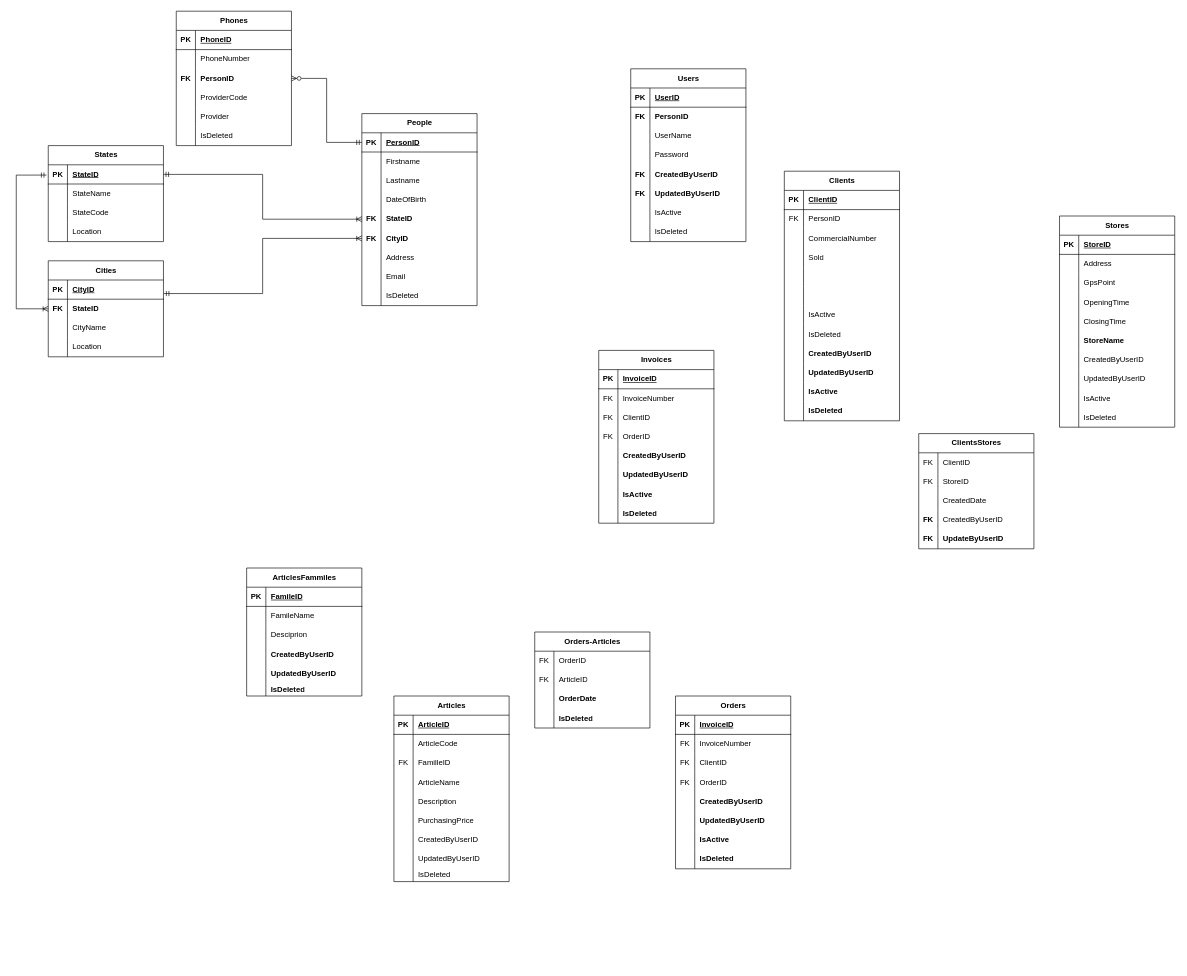
Earlier version of the draw.io diagram GNT_Manager.drawio (khalil98dev/GNT). Source tidied: cells renumbered, new cells numbered last; positions are measured from the earlier drawing's top-left corner, leaving out a move shared by most shapes. Both pictures are drawn from the tidied source at 64%, with x=0, y=0 at pixel (16, 11).
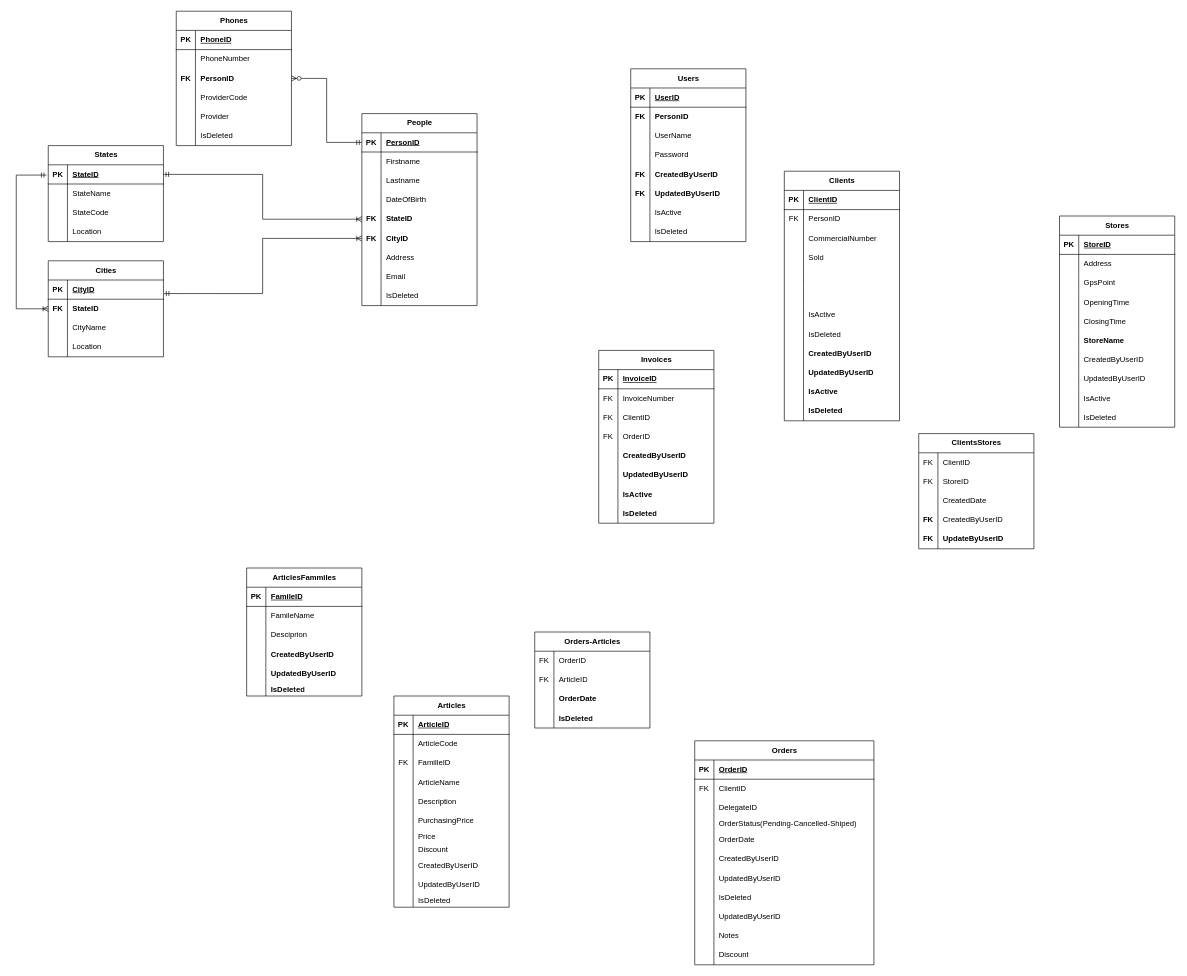
The same page after the edit.

What changed in the source:
```diff
@@
-<mxGraphModel background="light-dark(#FFFFFF,#262626)">
+<mxGraphModel background="light-dark(#FFFFFF,#333333)">
@@
-    <mxCell id="215" value="Orders" style="shape=table;startSize=30;childLayout=tableLayout;rowLines=0;fontStyle=1;align=center;html=1;" parent="1" vertex="1">
-      <mxGeometry x="1030" y="1070" width="180" height="270" as="geometry" />
-    </mxCell>
-    <mxCell id="216" style="shape=tableRow;horizontal=0;startSize=0;swimlaneHead=0;swimlaneBody=0;fillColor=none;top=0;left=0;right=0;bottom=1;" parent="215" vertex="1">
-      <mxGeometry y="30" width="180" height="30" as="geometry" />
-    </mxCell>
-    <mxCell id="217" value="PK" style="shape=partialRectangle;fillColor=none;top=0;left=0;bottom=0;right=0;fontStyle=1;overflow=hidden;whiteSpace=wrap;html=1;" parent="216" vertex="1">
-      <mxGeometry width="30" height="30" as="geometry" />
-    </mxCell>
-    <mxCell id="218" value="InvoiceID" style="shape=partialRectangle;fillColor=none;top=0;left=0;bottom=0;right=0;align=left;spacingLeft=6;fontStyle=5;overflow=hidden;whiteSpace=wrap;html=1;" parent="216" vertex="1">
-      <mxGeometry x="30" width="150" height="30" as="geometry" />
-    </mxCell>
-    <mxCell id="219" style="shape=tableRow;horizontal=0;startSize=0;swimlaneHead=0;swimlaneBody=0;fillColor=none;top=0;left=0;right=0;bottom=0;" parent="215" vertex="1">
-      <mxGeometry y="60" width="180" height="30" as="geometry" />
-    </mxCell>
-    <mxCell id="220" value="FK" style="shape=partialRectangle;fillColor=none;top=0;left=0;bottom=0;right=0;overflow=hidden;whiteSpace=wrap;html=1;" parent="219" vertex="1">
-      <mxGeometry width="30" height="30" as="geometry" />
-    </mxCell>
-    <mxCell id="221" value="InvoiceNumber" style="shape=partialRectangle;fillColor=none;top=0;left=0;bottom=0;right=0;align=left;spacingLeft=6;overflow=hidden;whiteSpace=wrap;html=1;" parent="219" vertex="1">
-      <mxGeometry x="30" width="150" height="30" as="geometry" />
-    </mxCell>
-    <mxCell id="222" style="shape=tableRow;horizontal=0;startSize=0;swimlaneHead=0;swimlaneBody=0;fillColor=none;top=0;left=0;right=0;bottom=0;" parent="215" vertex="1">
-      <mxGeometry y="90" width="180" height="30" as="geometry" />
-    </mxCell>
-    <mxCell id="223" value="FK" style="shape=partialRectangle;fillColor=none;top=0;left=0;bottom=0;right=0;overflow=hidden;whiteSpace=wrap;html=1;" parent="222" vertex="1">
-      <mxGeometry width="30" height="30" as="geometry" />
-    </mxCell>
-    <mxCell id="224" value="ClientID" style="shape=partialRectangle;fillColor=none;top=0;left=0;bottom=0;right=0;align=left;spacingLeft=6;overflow=hidden;whiteSpace=wrap;html=1;" parent="222" vertex="1">
-      <mxGeometry x="30" width="150" height="30" as="geometry" />
-    </mxCell>
-    <mxCell id="225" style="shape=tableRow;horizontal=0;startSize=0;swimlaneHead=0;swimlaneBody=0;fillColor=none;top=0;left=0;right=0;bottom=0;" parent="215" vertex="1">
-      <mxGeometry y="120" width="180" height="30" as="geometry" />
-    </mxCell>
-    <mxCell id="226" value="FK" style="shape=partialRectangle;fillColor=none;top=0;left=0;bottom=0;right=0;overflow=hidden;whiteSpace=wrap;html=1;" parent="225" vertex="1">
-      <mxGeometry width="30" height="30" as="geometry" />
-    </mxCell>
-    <mxCell id="227" value="OrderID" style="shape=partialRectangle;fillColor=none;top=0;left=0;bottom=0;right=0;align=left;spacingLeft=6;overflow=hidden;whiteSpace=wrap;html=1;" parent="225" vertex="1">
-      <mxGeometry x="30" width="150" height="30" as="geometry" />
-    </mxCell>
-    <mxCell id="228" style="shape=tableRow;horizontal=0;startSize=0;swimlaneHead=0;swimlaneBody=0;fillColor=none;top=0;left=0;right=0;bottom=0;" parent="215" vertex="1">
-      <mxGeometry y="150" width="180" height="30" as="geometry" />
-    </mxCell>
-    <mxCell id="229" style="shape=partialRectangle;fillColor=none;top=0;left=0;bottom=0;right=0;overflow=hidden;whiteSpace=wrap;html=1;fontStyle=1;" parent="228" vertex="1">
-      <mxGeometry width="30" height="30" as="geometry" />
-    </mxCell>
-    <mxCell id="230" value="CreatedByUserID" style="shape=partialRectangle;fillColor=none;top=0;left=0;bottom=0;right=0;align=left;spacingLeft=6;overflow=hidden;whiteSpace=wrap;html=1;fontStyle=1;" parent="228" vertex="1">
-      <mxGeometry x="30" width="150" height="30" as="geometry" />
-    </mxCell>
-    <mxCell id="231" style="shape=tableRow;horizontal=0;startSize=0;swimlaneHead=0;swimlaneBody=0;fillColor=none;top=0;left=0;right=0;bottom=0;" parent="215" vertex="1">
-      <mxGeometry y="180" width="180" height="30" as="geometry" />
-    </mxCell>
-    <mxCell id="232" style="shape=partialRectangle;fillColor=none;top=0;left=0;bottom=0;right=0;overflow=hidden;whiteSpace=wrap;html=1;fontStyle=1;" parent="231" vertex="1">
-      <mxGeometry width="30" height="30" as="geometry" />
-    </mxCell>
-    <mxCell id="233" value="UpdatedByUserID" style="shape=partialRectangle;fillColor=none;top=0;left=0;bottom=0;right=0;align=left;spacingLeft=6;overflow=hidden;whiteSpace=wrap;html=1;fontStyle=1;" parent="231" vertex="1">
-      <mxGeometry x="30" width="150" height="30" as="geometry" />
-    </mxCell>
-    <mxCell id="234" style="shape=tableRow;horizontal=0;startSize=0;swimlaneHead=0;swimlaneBody=0;fillColor=none;top=0;left=0;right=0;bottom=0;" parent="215" vertex="1">
-      <mxGeometry y="210" width="180" height="30" as="geometry" />
-    </mxCell>
-    <mxCell id="235" style="shape=partialRectangle;fillColor=none;top=0;left=0;bottom=0;right=0;overflow=hidden;whiteSpace=wrap;html=1;fontStyle=1;" parent="234" vertex="1">
-      <mxGeometry width="30" height="30" as="geometry" />
-    </mxCell>
-    <mxCell id="236" value="IsActive" style="shape=partialRectangle;fillColor=none;top=0;left=0;bottom=0;right=0;align=left;spacingLeft=6;overflow=hidden;whiteSpace=wrap;html=1;fontStyle=1;" parent="234" vertex="1">
-      <mxGeometry x="30" width="150" height="30" as="geometry" />
-    </mxCell>
-    <mxCell id="237" style="shape=tableRow;horizontal=0;startSize=0;swimlaneHead=0;swimlaneBody=0;fillColor=none;top=0;left=0;right=0;bottom=0;" parent="215" vertex="1">
-      <mxGeometry y="240" width="180" height="30" as="geometry" />
-    </mxCell>
-    <mxCell id="238" style="shape=partialRectangle;fillColor=none;top=0;left=0;bottom=0;right=0;overflow=hidden;whiteSpace=wrap;html=1;fontStyle=1;" parent="237" vertex="1">
-      <mxGeometry width="30" height="30" as="geometry" />
-    </mxCell>
-    <mxCell id="239" value="IsDeleted" style="shape=partialRectangle;fillColor=none;top=0;left=0;bottom=0;right=0;align=left;spacingLeft=6;overflow=hidden;whiteSpace=wrap;html=1;fontStyle=1;" parent="237" vertex="1">
-      <mxGeometry x="30" width="150" height="30" as="geometry" />
-    </mxCell>
     <mxCell id="240" value="Articles" style="shape=table;startSize=30;childLayout=tableLayout;rowLines=0;fontStyle=1;align=center;html=1;" parent="1" vertex="1">
-      <mxGeometry x="590" y="1070" width="180" height="290" as="geometry" />
+      <mxGeometry x="590" y="1070" width="180" height="330" as="geometry" />
     </mxCell>
@@
+    <mxCell id="300" style="shape=tableRow;horizontal=0;startSize=0;swimlaneHead=0;swimlaneBody=0;fillColor=none;top=0;left=0;right=0;bottom=0;" parent="240" vertex="1">
+      <mxGeometry y="210" width="180" height="20" as="geometry" />
+    </mxCell>
+    <mxCell id="301" style="shape=partialRectangle;fillColor=none;top=0;left=0;bottom=0;right=0;overflow=hidden;whiteSpace=wrap;html=1;fontStyle=1;" parent="300" vertex="1">
+      <mxGeometry width="30" height="20" as="geometry" />
+    </mxCell>
+    <mxCell id="302" value="Price" style="shape=partialRectangle;fillColor=none;top=0;left=0;bottom=0;right=0;align=left;spacingLeft=6;overflow=hidden;whiteSpace=wrap;html=1;fontStyle=0;" parent="300" vertex="1">
+      <mxGeometry x="30" width="150" height="20" as="geometry" />
+    </mxCell>
+    <mxCell id="303" style="shape=tableRow;horizontal=0;startSize=0;swimlaneHead=0;swimlaneBody=0;fillColor=none;top=0;left=0;right=0;bottom=0;" parent="240" vertex="1">
+      <mxGeometry y="230" width="180" height="20" as="geometry" />
+    </mxCell>
+    <mxCell id="304" style="shape=partialRectangle;fillColor=none;top=0;left=0;bottom=0;right=0;overflow=hidden;whiteSpace=wrap;html=1;fontStyle=1;" parent="303" vertex="1">
+      <mxGeometry width="30" height="20" as="geometry" />
+    </mxCell>
+    <mxCell id="305" value="Discount" style="shape=partialRectangle;fillColor=none;top=0;left=0;bottom=0;right=0;align=left;spacingLeft=6;overflow=hidden;whiteSpace=wrap;html=1;fontStyle=0;" parent="303" vertex="1">
+      <mxGeometry x="30" width="150" height="20" as="geometry" />
+    </mxCell>
     <mxCell id="259" style="shape=tableRow;horizontal=0;startSize=0;swimlaneHead=0;swimlaneBody=0;fillColor=none;top=0;left=0;right=0;bottom=0;" parent="240" vertex="1">
-      <mxGeometry y="210" width="180" height="30" as="geometry" />
+      <mxGeometry y="250" width="180" height="30" as="geometry" />
     </mxCell>
@@
     <mxCell id="262" style="shape=tableRow;horizontal=0;startSize=0;swimlaneHead=0;swimlaneBody=0;fillColor=none;top=0;left=0;right=0;bottom=0;" parent="240" vertex="1">
-      <mxGeometry y="240" width="180" height="30" as="geometry" />
+      <mxGeometry y="280" width="180" height="30" as="geometry" />
     </mxCell>
@@
     <mxCell id="265" style="shape=tableRow;horizontal=0;startSize=0;swimlaneHead=0;swimlaneBody=0;fillColor=none;top=0;left=0;right=0;bottom=0;" parent="240" vertex="1">
-      <mxGeometry y="270" width="180" height="20" as="geometry" />
+      <mxGeometry y="310" width="180" height="20" as="geometry" />
     </mxCell>
@@
+    <mxCell id="215" value="Orders" style="shape=table;startSize=30;childLayout=tableLayout;rowLines=0;fontStyle=1;align=center;html=1;" parent="1" vertex="1">
+      <mxGeometry x="1060" y="1140" width="280" height="350" as="geometry" />
+    </mxCell>
+    <mxCell id="216" style="shape=tableRow;horizontal=0;startSize=0;swimlaneHead=0;swimlaneBody=0;fillColor=none;top=0;left=0;right=0;bottom=1;" parent="215" vertex="1">
+      <mxGeometry y="30" width="280" height="30" as="geometry" />
+    </mxCell>
+    <mxCell id="217" value="PK" style="shape=partialRectangle;fillColor=none;top=0;left=0;bottom=0;right=0;fontStyle=1;overflow=hidden;whiteSpace=wrap;html=1;" parent="216" vertex="1">
+      <mxGeometry width="30" height="30" as="geometry" />
+    </mxCell>
+    <mxCell id="218" value="OrderID" style="shape=partialRectangle;fillColor=none;top=0;left=0;bottom=0;right=0;align=left;spacingLeft=6;fontStyle=5;overflow=hidden;whiteSpace=wrap;html=1;" parent="216" vertex="1">
+      <mxGeometry x="30" width="250" height="30" as="geometry" />
+    </mxCell>
+    <mxCell id="222" style="shape=tableRow;horizontal=0;startSize=0;swimlaneHead=0;swimlaneBody=0;fillColor=none;top=0;left=0;right=0;bottom=0;" parent="215" vertex="1">
+      <mxGeometry y="60" width="280" height="30" as="geometry" />
+    </mxCell>
+    <mxCell id="223" value="FK" style="shape=partialRectangle;fillColor=none;top=0;left=0;bottom=0;right=0;overflow=hidden;whiteSpace=wrap;html=1;" parent="222" vertex="1">
+      <mxGeometry width="30" height="30" as="geometry" />
+    </mxCell>
+    <mxCell id="224" value="ClientID" style="shape=partialRectangle;fillColor=none;top=0;left=0;bottom=0;right=0;align=left;spacingLeft=6;overflow=hidden;whiteSpace=wrap;html=1;" parent="222" vertex="1">
+      <mxGeometry x="30" width="250" height="30" as="geometry" />
+    </mxCell>
+    <mxCell id="306" style="shape=tableRow;horizontal=0;startSize=0;swimlaneHead=0;swimlaneBody=0;fillColor=none;top=0;left=0;right=0;bottom=0;" parent="215" vertex="1">
+      <mxGeometry y="90" width="280" height="30" as="geometry" />
+    </mxCell>
+    <mxCell id="307" style="shape=partialRectangle;fillColor=none;top=0;left=0;bottom=0;right=0;overflow=hidden;whiteSpace=wrap;html=1;" parent="306" vertex="1">
+      <mxGeometry width="30" height="30" as="geometry" />
+    </mxCell>
+    <mxCell id="308" value="DelegateID" style="shape=partialRectangle;fillColor=none;top=0;left=0;bottom=0;right=0;align=left;spacingLeft=6;overflow=hidden;whiteSpace=wrap;html=1;" parent="306" vertex="1">
+      <mxGeometry x="30" width="250" height="30" as="geometry" />
+    </mxCell>
+    <mxCell id="237" style="shape=tableRow;horizontal=0;startSize=0;swimlaneHead=0;swimlaneBody=0;fillColor=none;top=0;left=0;right=0;bottom=0;" parent="215" vertex="1">
+      <mxGeometry y="120" width="280" height="20" as="geometry" />
+    </mxCell>
+    <mxCell id="238" style="shape=partialRectangle;fillColor=none;top=0;left=0;bottom=0;right=0;overflow=hidden;whiteSpace=wrap;html=1;fontStyle=1;" parent="237" vertex="1">
+      <mxGeometry width="30" height="20" as="geometry" />
+    </mxCell>
+    <mxCell id="239" value="OrderStatus(Pending-Cancelled-Shiped)" style="shape=partialRectangle;fillColor=none;top=0;left=0;bottom=0;right=0;align=left;spacingLeft=6;overflow=hidden;whiteSpace=wrap;html=1;fontStyle=0;" parent="237" vertex="1">
+      <mxGeometry x="30" width="250" height="20" as="geometry" />
+    </mxCell>
+    <mxCell id="309" style="shape=tableRow;horizontal=0;startSize=0;swimlaneHead=0;swimlaneBody=0;fillColor=none;top=0;left=0;right=0;bottom=0;" parent="215" vertex="1">
+      <mxGeometry y="140" width="280" height="30" as="geometry" />
+    </mxCell>
+    <mxCell id="310" style="shape=partialRectangle;fillColor=none;top=0;left=0;bottom=0;right=0;overflow=hidden;whiteSpace=wrap;html=1;" parent="309" vertex="1">
+      <mxGeometry width="30" height="30" as="geometry" />
+    </mxCell>
+    <mxCell id="311" value="OrderDate" style="shape=partialRectangle;fillColor=none;top=0;left=0;bottom=0;right=0;align=left;spacingLeft=6;overflow=hidden;whiteSpace=wrap;html=1;" parent="309" vertex="1">
+      <mxGeometry x="30" width="250" height="30" as="geometry" />
+    </mxCell>
+    <mxCell id="312" style="shape=tableRow;horizontal=0;startSize=0;swimlaneHead=0;swimlaneBody=0;fillColor=none;top=0;left=0;right=0;bottom=0;" parent="215" vertex="1">
+      <mxGeometry y="170" width="280" height="30" as="geometry" />
+    </mxCell>
+    <mxCell id="313" style="shape=partialRectangle;fillColor=none;top=0;left=0;bottom=0;right=0;overflow=hidden;whiteSpace=wrap;html=1;" parent="312" vertex="1">
+      <mxGeometry width="30" height="30" as="geometry" />
+    </mxCell>
+    <mxCell id="230" value="CreatedByUserID" style="shape=partialRectangle;fillColor=none;top=0;left=0;bottom=0;right=0;align=left;spacingLeft=6;overflow=hidden;whiteSpace=wrap;html=1;" parent="312" vertex="1">
+      <mxGeometry x="30" width="250" height="30" as="geometry" />
+    </mxCell>
+    <mxCell id="314" style="shape=tableRow;horizontal=0;startSize=0;swimlaneHead=0;swimlaneBody=0;fillColor=none;top=0;left=0;right=0;bottom=0;" parent="215" vertex="1">
+      <mxGeometry y="200" width="280" height="30" as="geometry" />
+    </mxCell>
+    <mxCell id="315" style="shape=partialRectangle;fillColor=none;top=0;left=0;bottom=0;right=0;overflow=hidden;whiteSpace=wrap;html=1;" parent="314" vertex="1">
+      <mxGeometry width="30" height="30" as="geometry" />
+    </mxCell>
+    <mxCell id="316" value="UpdatedByUserID" style="shape=partialRectangle;fillColor=none;top=0;left=0;bottom=0;right=0;align=left;spacingLeft=6;overflow=hidden;whiteSpace=wrap;html=1;" parent="314" vertex="1">
+      <mxGeometry x="30" width="250" height="30" as="geometry" />
+    </mxCell>
+    <mxCell id="317" style="shape=tableRow;horizontal=0;startSize=0;swimlaneHead=0;swimlaneBody=0;fillColor=none;top=0;left=0;right=0;bottom=0;" parent="215" vertex="1">
+      <mxGeometry y="230" width="280" height="30" as="geometry" />
+    </mxCell>
+    <mxCell id="318" style="shape=partialRectangle;fillColor=none;top=0;left=0;bottom=0;right=0;overflow=hidden;whiteSpace=wrap;html=1;" parent="317" vertex="1">
+      <mxGeometry width="30" height="30" as="geometry" />
+    </mxCell>
+    <mxCell id="319" value="IsDeleted" style="shape=partialRectangle;fillColor=none;top=0;left=0;bottom=0;right=0;align=left;spacingLeft=6;overflow=hidden;whiteSpace=wrap;html=1;" parent="317" vertex="1">
+      <mxGeometry x="30" width="250" height="30" as="geometry" />
+    </mxCell>
+    <mxCell id="320" style="shape=tableRow;horizontal=0;startSize=0;swimlaneHead=0;swimlaneBody=0;fillColor=none;top=0;left=0;right=0;bottom=0;" parent="215" vertex="1">
+      <mxGeometry y="260" width="280" height="30" as="geometry" />
+    </mxCell>
+    <mxCell id="321" style="shape=partialRectangle;fillColor=none;top=0;left=0;bottom=0;right=0;overflow=hidden;whiteSpace=wrap;html=1;" parent="320" vertex="1">
+      <mxGeometry width="30" height="30" as="geometry" />
+    </mxCell>
+    <mxCell id="322" value="UpdatedByUserID" style="shape=partialRectangle;fillColor=none;top=0;left=0;bottom=0;right=0;align=left;spacingLeft=6;overflow=hidden;whiteSpace=wrap;html=1;" parent="320" vertex="1">
+      <mxGeometry x="30" width="250" height="30" as="geometry" />
+    </mxCell>
+    <mxCell id="323" style="shape=tableRow;horizontal=0;startSize=0;swimlaneHead=0;swimlaneBody=0;fillColor=none;top=0;left=0;right=0;bottom=0;" parent="215" vertex="1">
+      <mxGeometry y="290" width="280" height="30" as="geometry" />
+    </mxCell>
+    <mxCell id="324" style="shape=partialRectangle;fillColor=none;top=0;left=0;bottom=0;right=0;overflow=hidden;whiteSpace=wrap;html=1;" parent="323" vertex="1">
+      <mxGeometry width="30" height="30" as="geometry" />
+    </mxCell>
+    <mxCell id="325" value="Notes" style="shape=partialRectangle;fillColor=none;top=0;left=0;bottom=0;right=0;align=left;spacingLeft=6;overflow=hidden;whiteSpace=wrap;html=1;" parent="323" vertex="1">
+      <mxGeometry x="30" width="250" height="30" as="geometry" />
+    </mxCell>
+    <mxCell id="326" style="shape=tableRow;horizontal=0;startSize=0;swimlaneHead=0;swimlaneBody=0;fillColor=none;top=0;left=0;right=0;bottom=0;" parent="215" vertex="1">
+      <mxGeometry y="320" width="280" height="30" as="geometry" />
+    </mxCell>
+    <mxCell id="327" style="shape=partialRectangle;fillColor=none;top=0;left=0;bottom=0;right=0;overflow=hidden;whiteSpace=wrap;html=1;" parent="326" vertex="1">
+      <mxGeometry width="30" height="30" as="geometry" />
+    </mxCell>
+    <mxCell id="328" value="Discount" style="shape=partialRectangle;fillColor=none;top=0;left=0;bottom=0;right=0;align=left;spacingLeft=6;overflow=hidden;whiteSpace=wrap;html=1;" parent="326" vertex="1">
+      <mxGeometry x="30" width="250" height="30" as="geometry" />
+    </mxCell>
```
